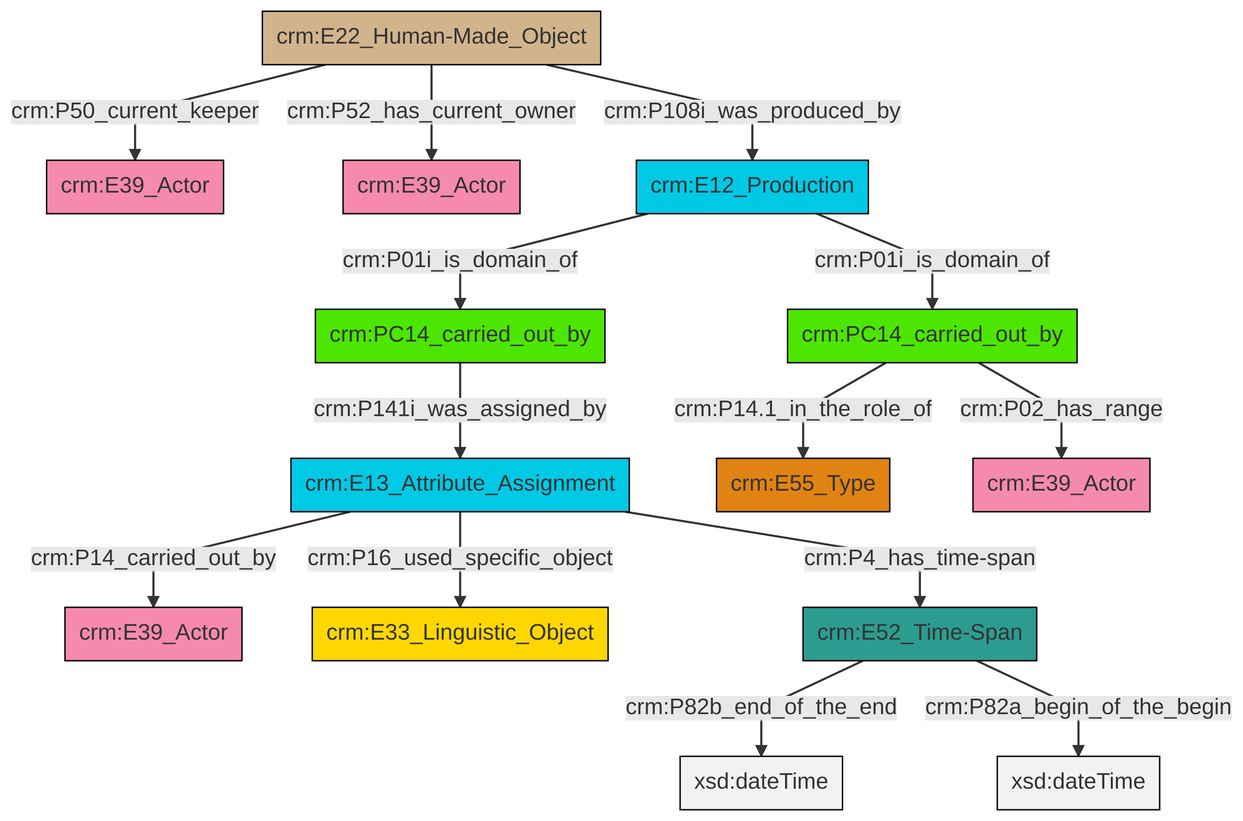
swiss-art-research-net/docs.swissartresearch keeps this Mermaid diagram as et/carrierCSV/ttl/mmd/png/carrier_relations.png. Above is the earlier version. Its source is kept beside it as et/carrierCSV/ttl/mmd/carrier_relations.ttl.mmd.
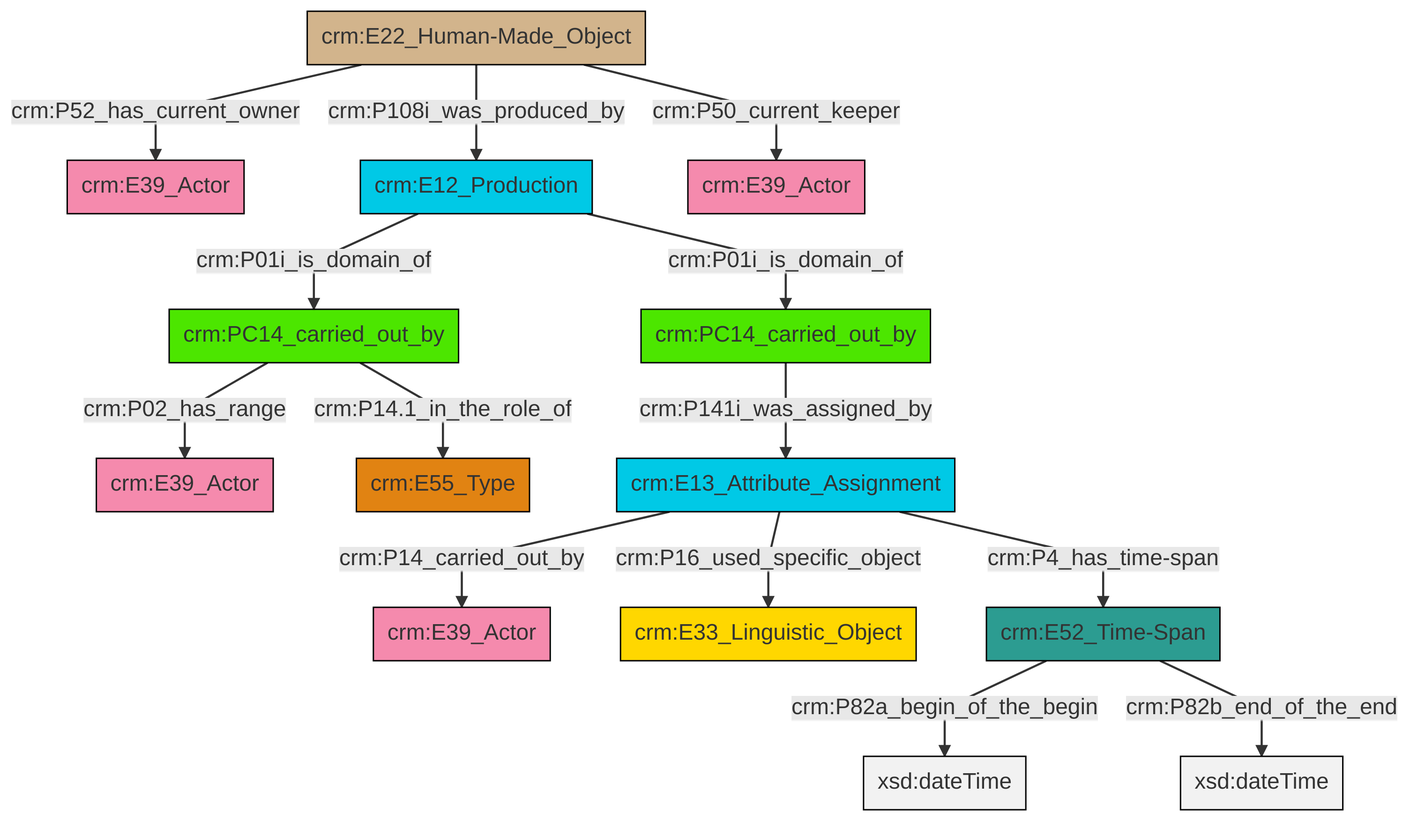
After the change.

Diff of the diagram source:
```diff
@@ -13,16 +13,16 @@
 classDef PC_Classes fill:#4ce600, stroke:#000000;
 classDef Multi fill:#cccccc,stroke:#000000;
 
-2["crm:PC14_carried_out_by"]:::PC_Classes -->|crm:P141i_was_assigned_by| 3["crm:E13_Attribute_Assignment"]:::Temporal_Entity
-0["crm:E22_Human-Made_Object"]:::Physical_Thing -->|crm:P50_current_keeper| 6["crm:E39_Actor"]:::Actor
-0["crm:E22_Human-Made_Object"]:::Physical_Thing -->|crm:P52_has_current_owner| 7["crm:E39_Actor"]:::Actor
-3["crm:E13_Attribute_Assignment"]:::Temporal_Entity -->|crm:P14_carried_out_by| 8["crm:E39_Actor"]:::Actor
-12["crm:E12_Production"]:::Temporal_Entity -->|crm:P01i_is_domain_of| 14["crm:PC14_carried_out_by"]:::PC_Classes
-3["crm:E13_Attribute_Assignment"]:::Temporal_Entity -->|crm:P16_used_specific_object| 16["crm:E33_Linguistic_Object"]:::Conceptual_Object
-12["crm:E12_Production"]:::Temporal_Entity -->|crm:P01i_is_domain_of| 2["crm:PC14_carried_out_by"]:::PC_Classes
-17["crm:E52_Time-Span"]:::Time-Span -->|crm:P82b_end_of_the_end| 21[xsd:dateTime]:::Literal
-14["crm:PC14_carried_out_by"]:::PC_Classes -->|crm:P02_has_range| 10["crm:E39_Actor"]:::Actor
-0["crm:E22_Human-Made_Object"]:::Physical_Thing -->|crm:P108i_was_produced_by| 12["crm:E12_Production"]:::Temporal_Entity
-3["crm:E13_Attribute_Assignment"]:::Temporal_Entity -->|crm:P4_has_time-span| 17["crm:E52_Time-Span"]:::Time-Span
-17["crm:E52_Time-Span"]:::Time-Span -->|crm:P82a_begin_of_the_begin| 25[xsd:dateTime]:::Literal
-14["crm:PC14_carried_out_by"]:::PC_Classes -->|crm:P14.1_in_the_role_of| 4["crm:E55_Type"]:::Type
+6["crm:E22_Human-Made_Object"]:::Physical_Thing -->|crm:P52_has_current_owner| 4["crm:E39_Actor"]:::Actor
+6["crm:E22_Human-Made_Object"]:::Physical_Thing -->|crm:P108i_was_produced_by| 7["crm:E12_Production"]:::Temporal_Entity
+6["crm:E22_Human-Made_Object"]:::Physical_Thing -->|crm:P50_current_keeper| 15["crm:E39_Actor"]:::Actor
+13["crm:E52_Time-Span"]:::Time-Span -->|crm:P82a_begin_of_the_begin| 16[xsd:dateTime]:::Literal
+0["crm:PC14_carried_out_by"]:::PC_Classes -->|crm:P02_has_range| 2["crm:E39_Actor"]:::Actor
+7["crm:E12_Production"]:::Temporal_Entity -->|crm:P01i_is_domain_of| 0["crm:PC14_carried_out_by"]:::PC_Classes
+9["crm:E13_Attribute_Assignment"]:::Temporal_Entity -->|crm:P14_carried_out_by| 11["crm:E39_Actor"]:::Actor
+9["crm:E13_Attribute_Assignment"]:::Temporal_Entity -->|crm:P16_used_specific_object| 17["crm:E33_Linguistic_Object"]:::Conceptual_Object
+7["crm:E12_Production"]:::Temporal_Entity -->|crm:P01i_is_domain_of| 18["crm:PC14_carried_out_by"]:::PC_Classes
+18["crm:PC14_carried_out_by"]:::PC_Classes -->|crm:P141i_was_assigned_by| 9["crm:E13_Attribute_Assignment"]:::Temporal_Entity
+0["crm:PC14_carried_out_by"]:::PC_Classes -->|crm:P14.1_in_the_role_of| 20["crm:E55_Type"]:::Type
+13["crm:E52_Time-Span"]:::Time-Span -->|crm:P82b_end_of_the_end| 24[xsd:dateTime]:::Literal
+9["crm:E13_Attribute_Assignment"]:::Temporal_Entity -->|crm:P4_has_time-span| 13["crm:E52_Time-Span"]:::Time-Span
```
